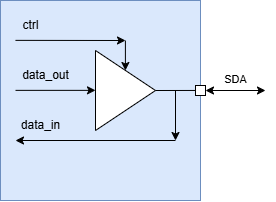
This is tri_state_buffer.png from Guan-Wei/verilog_sample, a draw.io export, as it was before one commit. Source tidied: cells renumbered, new cells last; positions are measured from the earlier drawing's top-left corner, leaving out a move shared by most shapes.
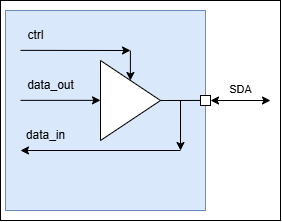
The same file after the commit.

Diff of the diagram source:
```diff
@@ -2,6 +2,9 @@
   <root>
     <mxCell id="0" />
     <mxCell id="1" parent="0" />
+    <mxCell id="16" style="rounded=0;whiteSpace=wrap;html=1;" parent="1" vertex="1">
+      <mxGeometry x="-5" y="-10" width="280" height="220" as="geometry" />
+    </mxCell>
     <mxCell id="2" style="whiteSpace=wrap;html=1;fillColor=#dae8fc;strokeColor=#6c8ebf;" parent="1" vertex="1">
       <mxGeometry width="200" height="200" as="geometry" />
     </mxCell>
```
